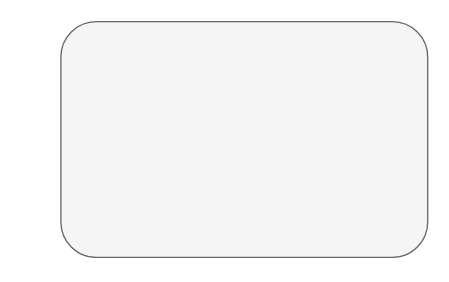
Before: bla.dio in devSeyf/simple-ecom, a draw.io diagram. Source tidied: cells renumbered, new cells numbered last; positions are measured from the earlier drawing's top-left corner, leaving out a move shared by most shapes. Both pictures are drawn from the tidied source at 131%, with x=0, y=0 at pixel (60, 21).
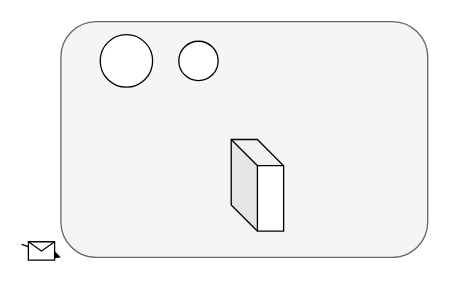
The same diagram, later.

What changed in the source:
```diff
@@
 <mxGraphModel>
   <root>
     <mxCell id="0" />
     <mxCell id="1" parent="0" />
     <mxCell id="2" style="rounded=1;whiteSpace=wrap;html=1;fillColor=#f5f5f5;strokeColor=#666666;fontColor=#333333;" parent="1" vertex="1">
       <mxGeometry width="280" height="180" as="geometry" />
     </mxCell>
+    <mxCell id="3" style="ellipse;whiteSpace=wrap;html=1;" parent="1" vertex="1">
+      <mxGeometry x="30" y="10" width="40" height="40" as="geometry" />
+    </mxCell>
+    <mxCell id="4" style="ellipse;whiteSpace=wrap;html=1;" parent="1" vertex="1">
+      <mxGeometry x="90" y="15" width="30" height="30" as="geometry" />
+    </mxCell>
+    <mxCell id="5" style="shape=cube;whiteSpace=wrap;html=1;boundedLbl=1;backgroundOutline=1;darkOpacity=0.05;darkOpacity2=0.1;" parent="1" vertex="1">
+      <mxGeometry x="130" y="90" width="40" height="70" as="geometry" />
+    </mxCell>
+    <mxCell id="6" style="endArrow=classic;html=1;entryX=0;entryY=1;entryDx=0;entryDy=0;" parent="1" edge="1" target="2">
+      <mxGeometry relative="1" as="geometry">
+        <mxPoint x="-30" y="170" as="sourcePoint" />
+      </mxGeometry>
+    </mxCell>
+    <mxCell id="7" style="shape=message;html=1;" parent="6" vertex="1">
+      <mxGeometry width="20" height="14" relative="1" as="geometry">
+        <mxPoint x="-10" y="-7" as="offset" />
+      </mxGeometry>
+    </mxCell>
   </root>
 </mxGraphModel>
```
